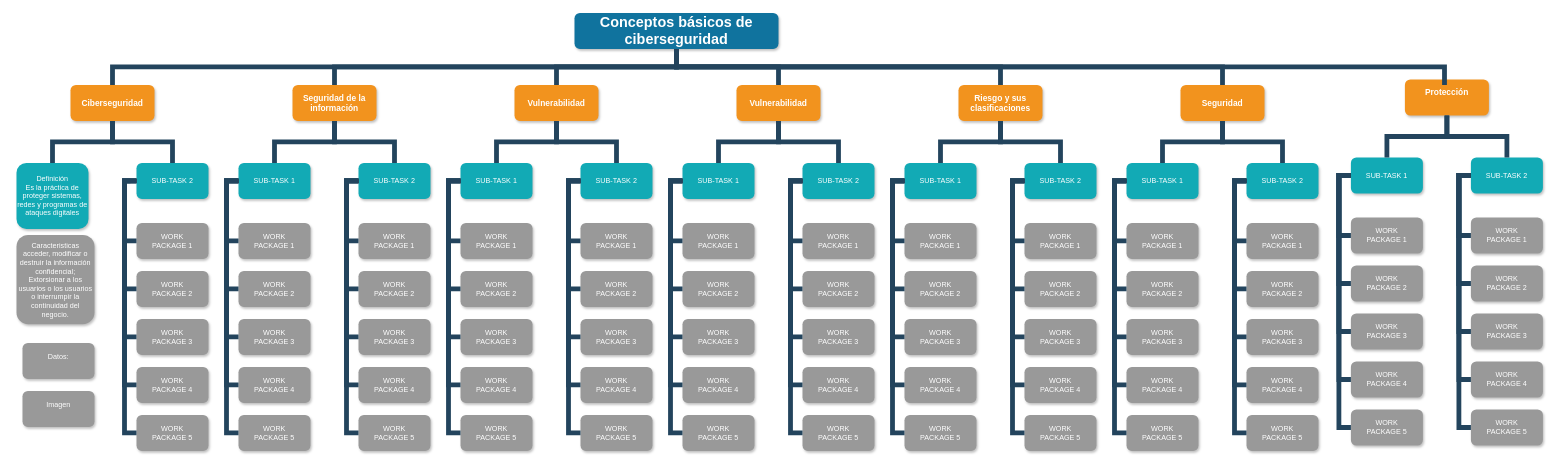
The draw.io diagram page "Page-1" (1 of 2) of Diagrama sin título.drawio in AliOrtega/Diagramas, before the edit. Source tidied: cells renumbered, new cells numbered last; positions are measured from the earlier drawing's top-left corner, leaving out a move shared by most shapes. Both pictures are drawn from the tidied source at 60%, with x=0, y=0 at pixel (16, 13). Pictures stored in the file or linked from it are replaced by grey dashed boxes.
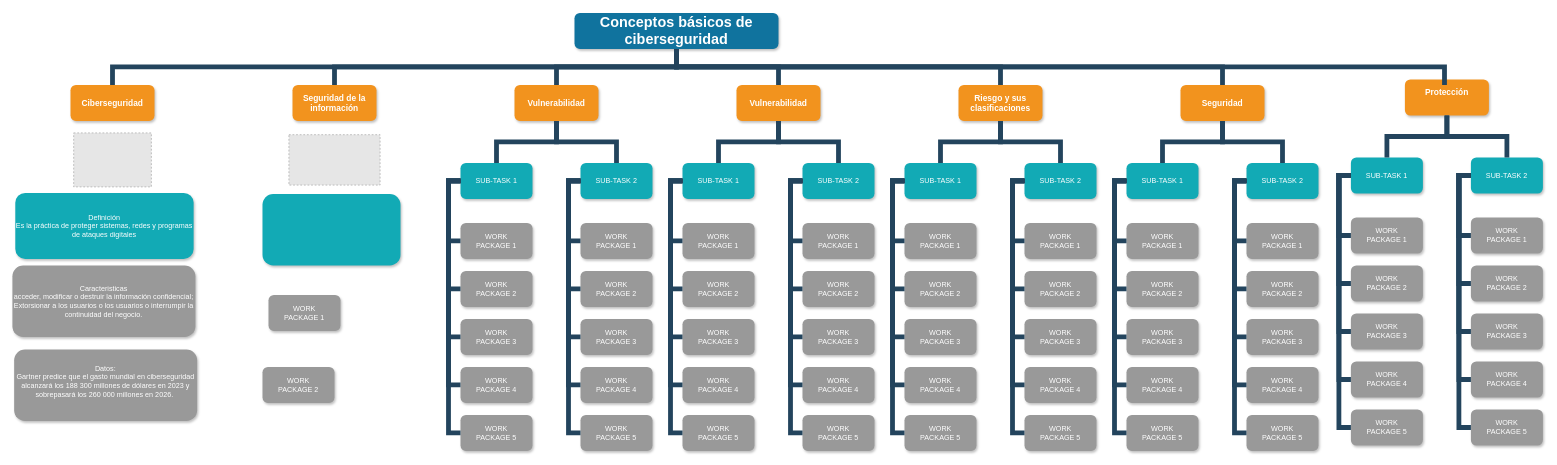
The same page after the edit.

The change refers to these unchanged cells:
```xml
<mxCell id="3" value="Ciberseguridad" style="whiteSpace=wrap;rounded=1;fillColor=#F2931E;strokeColor=none;shadow=1;fontColor=#FFFFFF;fontStyle=1;fontSize=14;" parent="1" vertex="1">
  <mxGeometry x="90" y="120" width="140" height="60" as="geometry" />
</mxCell>
<mxCell id="4" value="Seguridad de la información" style="whiteSpace=wrap;rounded=1;fillColor=#F2931E;strokeColor=none;shadow=1;fontColor=#FFFFFF;fontStyle=1;fontSize=14;" parent="1" vertex="1">
  <mxGeometry x="460" y="120" width="140" height="60" as="geometry" />
</mxCell>
```

Change to the diagram source:
```diff
@@
     <mxCell id="9" value="Definición&#10;Es la práctica de proteger sistemas, redes y programas de ataques digitales" style="whiteSpace=wrap;rounded=1;fillColor=#12AAB5;strokeColor=none;shadow=1;fontColor=#FFFFFF;" parent="1" vertex="1">
-      <mxGeometry y="250" width="120" height="110" as="geometry" />
+      <mxGeometry x="-2" y="300" width="297.2" height="110" as="geometry" />
     </mxCell>
-    <mxCell id="10" value="SUB-TASK 2" style="whiteSpace=wrap;rounded=1;fillColor=#12AAB5;strokeColor=none;shadow=1;fontColor=#FFFFFF;" parent="1" vertex="1">
-      <mxGeometry x="200" y="250" width="120" height="60" as="geometry" />
-    </mxCell>
     <mxCell id="11" value="Caracteristicas&#10;acceder, modificar o destruir la información confidencial; Extorsionar a los usuarios o los usuarios o interrumpir la continuidad del negocio." style="whiteSpace=wrap;rounded=1;fillColor=#999999;strokeColor=none;shadow=1;fontColor=#FFFFFF;fontStyle=0;" parent="1" vertex="1">
-      <mxGeometry y="370" width="130" height="149" as="geometry" />
+      <mxGeometry x="-6.8" y="421" width="305" height="119" as="geometry" />
     </mxCell>
-    <mxCell id="12" value="Datos:&#10;" style="whiteSpace=wrap;rounded=1;fillColor=#999999;strokeColor=none;shadow=1;fontColor=#FFFFFF;fontStyle=0;" parent="1" vertex="1">
-      <mxGeometry x="10" y="550" width="120" height="60" as="geometry" />
+    <mxCell id="12" value="Datos:&#10;Gartner predice que el gasto mundial en ciberseguridad alcanzará los 188 300 millones de dólares en 2023 y sobrepasará los 260 000 millones en 2026. &#10;" style="whiteSpace=wrap;rounded=1;fillColor=#999999;strokeColor=none;shadow=1;fontColor=#FFFFFF;fontStyle=0;" parent="1" vertex="1">
+      <mxGeometry x="-3.9" y="561" width="305" height="119" as="geometry" />
     </mxCell>
-    <mxCell id="13" value="Imagen&#10;" style="whiteSpace=wrap;rounded=1;fillColor=#999999;strokeColor=none;shadow=1;fontColor=#FFFFFF;fontStyle=0;" parent="1" vertex="1">
-      <mxGeometry x="10" y="630" width="120" height="60" as="geometry" />
-    </mxCell>
-    <mxCell id="14" value="WORK&#10;PACKAGE 1" style="whiteSpace=wrap;rounded=1;fillColor=#999999;strokeColor=none;shadow=1;fontColor=#FFFFFF;fontStyle=0;" parent="1" vertex="1">
-      <mxGeometry x="200" y="350" width="120" height="60" as="geometry" />
-    </mxCell>
-    <mxCell id="15" value="WORK&#10;PACKAGE 2" style="whiteSpace=wrap;rounded=1;fillColor=#999999;strokeColor=none;shadow=1;fontColor=#FFFFFF;fontStyle=0;" parent="1" vertex="1">
-      <mxGeometry x="200" y="430" width="120" height="60" as="geometry" />
-    </mxCell>
-    <mxCell id="16" value="WORK&#10;PACKAGE 3" style="whiteSpace=wrap;rounded=1;fillColor=#999999;strokeColor=none;shadow=1;fontColor=#FFFFFF;fontStyle=0;" parent="1" vertex="1">
-      <mxGeometry x="200" y="510" width="120" height="60" as="geometry" />
-    </mxCell>
-    <mxCell id="17" value="WORK&#10;PACKAGE 4" style="whiteSpace=wrap;rounded=1;fillColor=#999999;strokeColor=none;shadow=1;fontColor=#FFFFFF;fontStyle=0;" parent="1" vertex="1">
-      <mxGeometry x="200" y="590" width="120" height="60" as="geometry" />
-    </mxCell>
-    <mxCell id="18" value="WORK&#10;PACKAGE 5" style="whiteSpace=wrap;rounded=1;fillColor=#999999;strokeColor=none;shadow=1;fontColor=#FFFFFF;fontStyle=0;" parent="1" vertex="1">
-      <mxGeometry x="200" y="670" width="120" height="60" as="geometry" />
-    </mxCell>
-    <mxCell id="19" value="SUB-TASK 1" style="whiteSpace=wrap;rounded=1;fillColor=#12AAB5;strokeColor=none;shadow=1;fontColor=#FFFFFF;" parent="1" vertex="1">
-      <mxGeometry x="370" y="250" width="120" height="60" as="geometry" />
+    <mxCell id="19" style="whiteSpace=wrap;rounded=1;fillColor=#12AAB5;strokeColor=none;shadow=1;fontColor=#FFFFFF;" parent="1" vertex="1">
+      <mxGeometry x="410" y="302" width="230" height="119" as="geometry" />
     </mxCell>
-    <mxCell id="20" value="SUB-TASK 2" style="whiteSpace=wrap;rounded=1;fillColor=#12AAB5;strokeColor=none;shadow=1;fontColor=#FFFFFF;" parent="1" vertex="1">
-      <mxGeometry x="570" y="250" width="120" height="60" as="geometry" />
-    </mxCell>
     <mxCell id="21" value="WORK&#10;PACKAGE 1" style="whiteSpace=wrap;rounded=1;fillColor=#999999;strokeColor=none;shadow=1;fontColor=#FFFFFF;fontStyle=0;" parent="1" vertex="1">
-      <mxGeometry x="370" y="350" width="120" height="60" as="geometry" />
+      <mxGeometry x="420" y="470" width="120" height="60" as="geometry" />
     </mxCell>
     <mxCell id="22" value="WORK&#10;PACKAGE 2" style="whiteSpace=wrap;rounded=1;fillColor=#999999;strokeColor=none;shadow=1;fontColor=#FFFFFF;fontStyle=0;" parent="1" vertex="1">
-      <mxGeometry x="370" y="430" width="120" height="60" as="geometry" />
+      <mxGeometry x="410" y="590" width="120" height="60" as="geometry" />
     </mxCell>
-    <mxCell id="23" value="WORK&#10;PACKAGE 3" style="whiteSpace=wrap;rounded=1;fillColor=#999999;strokeColor=none;shadow=1;fontColor=#FFFFFF;fontStyle=0;" parent="1" vertex="1">
-      <mxGeometry x="370" y="510" width="120" height="60" as="geometry" />
-    </mxCell>
-    <mxCell id="24" value="WORK&#10;PACKAGE 4" style="whiteSpace=wrap;rounded=1;fillColor=#999999;strokeColor=none;shadow=1;fontColor=#FFFFFF;fontStyle=0;" parent="1" vertex="1">
-      <mxGeometry x="370" y="590" width="120" height="60" as="geometry" />
-    </mxCell>
-    <mxCell id="25" value="WORK&#10;PACKAGE 5" style="whiteSpace=wrap;rounded=1;fillColor=#999999;strokeColor=none;shadow=1;fontColor=#FFFFFF;fontStyle=0;" parent="1" vertex="1">
-      <mxGeometry x="370" y="670" width="120" height="60" as="geometry" />
-    </mxCell>
-    <mxCell id="26" value="WORK&#10;PACKAGE 1" style="whiteSpace=wrap;rounded=1;fillColor=#999999;strokeColor=none;shadow=1;fontColor=#FFFFFF;fontStyle=0;" parent="1" vertex="1">
-      <mxGeometry x="570" y="350" width="120" height="60" as="geometry" />
-    </mxCell>
-    <mxCell id="27" value="WORK&#10;PACKAGE 2" style="whiteSpace=wrap;rounded=1;fillColor=#999999;strokeColor=none;shadow=1;fontColor=#FFFFFF;fontStyle=0;" parent="1" vertex="1">
-      <mxGeometry x="570" y="430" width="120" height="60" as="geometry" />
-    </mxCell>
-    <mxCell id="28" value="WORK&#10;PACKAGE 3" style="whiteSpace=wrap;rounded=1;fillColor=#999999;strokeColor=none;shadow=1;fontColor=#FFFFFF;fontStyle=0;" parent="1" vertex="1">
-      <mxGeometry x="570" y="510" width="120" height="60" as="geometry" />
-    </mxCell>
-    <mxCell id="29" value="WORK&#10;PACKAGE 4" style="whiteSpace=wrap;rounded=1;fillColor=#999999;strokeColor=none;shadow=1;fontColor=#FFFFFF;fontStyle=0;" parent="1" vertex="1">
-      <mxGeometry x="570" y="590" width="120" height="60" as="geometry" />
-    </mxCell>
-    <mxCell id="30" value="WORK&#10;PACKAGE 5" style="whiteSpace=wrap;rounded=1;fillColor=#999999;strokeColor=none;shadow=1;fontColor=#FFFFFF;fontStyle=0;" parent="1" vertex="1">
-      <mxGeometry x="570" y="670" width="120" height="60" as="geometry" />
-    </mxCell>
-    <mxCell id="31" style="edgeStyle=elbowEdgeStyle;elbow=vertical;rounded=0;fontColor=#000000;endArrow=none;endFill=0;strokeWidth=8;strokeColor=#23445D;" parent="1" edge="1" source="3" target="9">
-      <mxGeometry relative="1" as="geometry" />
-    </mxCell>
-    <mxCell id="32" style="edgeStyle=elbowEdgeStyle;elbow=vertical;rounded=0;fontColor=#000000;endArrow=none;endFill=0;strokeWidth=8;strokeColor=#23445D;" parent="1" edge="1" source="3" target="10">
-      <mxGeometry relative="1" as="geometry" />
-    </mxCell>
-    <mxCell id="33" style="edgeStyle=elbowEdgeStyle;elbow=horizontal;rounded=0;fontColor=#000000;endArrow=none;endFill=0;strokeWidth=8;strokeColor=#23445D;" parent="1" edge="1" target="14">
-      <mxGeometry relative="1" as="geometry">
-        <mxPoint x="190" y="280" as="sourcePoint" />
-        <Array as="points">
-          <mxPoint x="180" y="330" />
-        </Array>
-      </mxGeometry>
-    </mxCell>
-    <mxCell id="34" style="edgeStyle=elbowEdgeStyle;elbow=horizontal;rounded=0;fontColor=#000000;endArrow=none;endFill=0;strokeWidth=8;strokeColor=#23445D;" parent="1" edge="1" source="10" target="15">
-      <mxGeometry relative="1" as="geometry">
-        <Array as="points">
-          <mxPoint x="180" y="370" />
-        </Array>
-      </mxGeometry>
-    </mxCell>
-    <mxCell id="35" style="edgeStyle=elbowEdgeStyle;elbow=horizontal;rounded=0;fontColor=#000000;endArrow=none;endFill=0;strokeWidth=8;strokeColor=#23445D;" parent="1" edge="1" source="10" target="18">
-      <mxGeometry relative="1" as="geometry">
-        <Array as="points">
-          <mxPoint x="180" y="490" />
-        </Array>
-      </mxGeometry>
-    </mxCell>
-    <mxCell id="36" style="edgeStyle=elbowEdgeStyle;elbow=horizontal;rounded=0;fontColor=#000000;endArrow=none;endFill=0;strokeWidth=8;strokeColor=#23445D;" parent="1" edge="1" source="10" target="17">
-      <mxGeometry relative="1" as="geometry">
-        <Array as="points">
-          <mxPoint x="180" y="450" />
-        </Array>
-      </mxGeometry>
-    </mxCell>
-    <mxCell id="37" style="edgeStyle=elbowEdgeStyle;elbow=horizontal;rounded=0;fontColor=#000000;endArrow=none;endFill=0;strokeWidth=8;strokeColor=#23445D;" parent="1" edge="1" source="10" target="16">
-      <mxGeometry relative="1" as="geometry">
-        <Array as="points">
-          <mxPoint x="180" y="410" />
-        </Array>
-      </mxGeometry>
-    </mxCell>
-    <mxCell id="38" style="edgeStyle=elbowEdgeStyle;elbow=vertical;rounded=0;fontColor=#000000;endArrow=none;endFill=0;strokeWidth=8;strokeColor=#23445D;" parent="1" edge="1" source="4" target="19">
-      <mxGeometry relative="1" as="geometry" />
-    </mxCell>
-    <mxCell id="39" style="edgeStyle=elbowEdgeStyle;elbow=vertical;rounded=0;fontColor=#000000;endArrow=none;endFill=0;strokeWidth=8;strokeColor=#23445D;" parent="1" edge="1" source="4" target="20">
-      <mxGeometry relative="1" as="geometry" />
-    </mxCell>
-    <mxCell id="40" style="edgeStyle=elbowEdgeStyle;elbow=horizontal;rounded=0;fontColor=#000000;endArrow=none;endFill=0;strokeWidth=8;strokeColor=#23445D;" parent="1" edge="1" source="19" target="21">
-      <mxGeometry relative="1" as="geometry">
-        <Array as="points">
-          <mxPoint x="350" y="330" />
-        </Array>
-      </mxGeometry>
-    </mxCell>
-    <mxCell id="41" style="edgeStyle=elbowEdgeStyle;elbow=horizontal;rounded=0;fontColor=#000000;endArrow=none;endFill=0;strokeWidth=8;strokeColor=#23445D;" parent="1" edge="1" source="19" target="22">
-      <mxGeometry relative="1" as="geometry">
-        <Array as="points">
-          <mxPoint x="350" y="370" />
-        </Array>
-      </mxGeometry>
-    </mxCell>
-    <mxCell id="42" style="edgeStyle=elbowEdgeStyle;elbow=horizontal;rounded=0;fontColor=#000000;endArrow=none;endFill=0;strokeWidth=8;strokeColor=#23445D;" parent="1" edge="1" source="19" target="25">
-      <mxGeometry relative="1" as="geometry">
-        <Array as="points">
-          <mxPoint x="350" y="500" />
-        </Array>
-      </mxGeometry>
-    </mxCell>
-    <mxCell id="43" style="edgeStyle=elbowEdgeStyle;elbow=horizontal;rounded=0;fontColor=#000000;endArrow=none;endFill=0;strokeWidth=8;strokeColor=#23445D;" parent="1" edge="1" source="19" target="24">
-      <mxGeometry relative="1" as="geometry">
-        <Array as="points">
-          <mxPoint x="350" y="450" />
-        </Array>
-      </mxGeometry>
-    </mxCell>
-    <mxCell id="44" style="edgeStyle=elbowEdgeStyle;elbow=horizontal;rounded=0;fontColor=#000000;endArrow=none;endFill=0;strokeWidth=8;strokeColor=#23445D;" parent="1" edge="1" source="19" target="23">
-      <mxGeometry relative="1" as="geometry">
-        <Array as="points">
-          <mxPoint x="350" y="420" />
-        </Array>
-      </mxGeometry>
-    </mxCell>
-    <mxCell id="45" style="edgeStyle=elbowEdgeStyle;elbow=horizontal;rounded=0;fontColor=#000000;endArrow=none;endFill=0;strokeWidth=8;strokeColor=#23445D;" parent="1" edge="1" source="20" target="26">
-      <mxGeometry relative="1" as="geometry">
-        <Array as="points">
-          <mxPoint x="550" y="330" />
-        </Array>
-      </mxGeometry>
-    </mxCell>
-    <mxCell id="46" style="edgeStyle=elbowEdgeStyle;elbow=horizontal;rounded=0;fontColor=#000000;endArrow=none;endFill=0;strokeWidth=8;strokeColor=#23445D;" parent="1" edge="1" source="20" target="27">
-      <mxGeometry relative="1" as="geometry">
-        <Array as="points">
-          <mxPoint x="550" y="370" />
-        </Array>
-      </mxGeometry>
-    </mxCell>
-    <mxCell id="47" style="edgeStyle=elbowEdgeStyle;elbow=horizontal;rounded=0;fontColor=#000000;endArrow=none;endFill=0;strokeWidth=8;strokeColor=#23445D;" parent="1" edge="1" source="20" target="30">
-      <mxGeometry relative="1" as="geometry">
-        <Array as="points">
-          <mxPoint x="550" y="490" />
-        </Array>
-      </mxGeometry>
-    </mxCell>
-    <mxCell id="48" style="edgeStyle=elbowEdgeStyle;elbow=horizontal;rounded=0;fontColor=#000000;endArrow=none;endFill=0;strokeWidth=8;strokeColor=#23445D;" parent="1" edge="1" source="20" target="29">
-      <mxGeometry relative="1" as="geometry">
-        <Array as="points">
-          <mxPoint x="550" y="450" />
-        </Array>
-      </mxGeometry>
-    </mxCell>
-    <mxCell id="49" style="edgeStyle=elbowEdgeStyle;elbow=horizontal;rounded=0;fontColor=#000000;endArrow=none;endFill=0;strokeWidth=8;strokeColor=#23445D;" parent="1" edge="1" source="20" target="28">
-      <mxGeometry relative="1" as="geometry">
-        <Array as="points">
-          <mxPoint x="550" y="420" />
-        </Array>
-      </mxGeometry>
-    </mxCell>
@@
+    <mxCell id="178" style="fillColor=#E6E6E6;strokeColor=#999999;dashed=1;verticalLabelPosition=bottom;labelBackgroundColor=default;verticalAlign=top;" parent="1" vertex="1">
+      <mxGeometry x="95.3" y="200" width="129.5" height="90" as="geometry" />
+    </mxCell>
+    <mxCell id="179" style="fillColor=#E6E6E6;strokeColor=#999999;dashed=1;verticalLabelPosition=bottom;labelBackgroundColor=default;verticalAlign=top;" parent="1" vertex="1">
+      <mxGeometry x="454" y="203" width="152" height="84" as="geometry" />
+    </mxCell>
```
